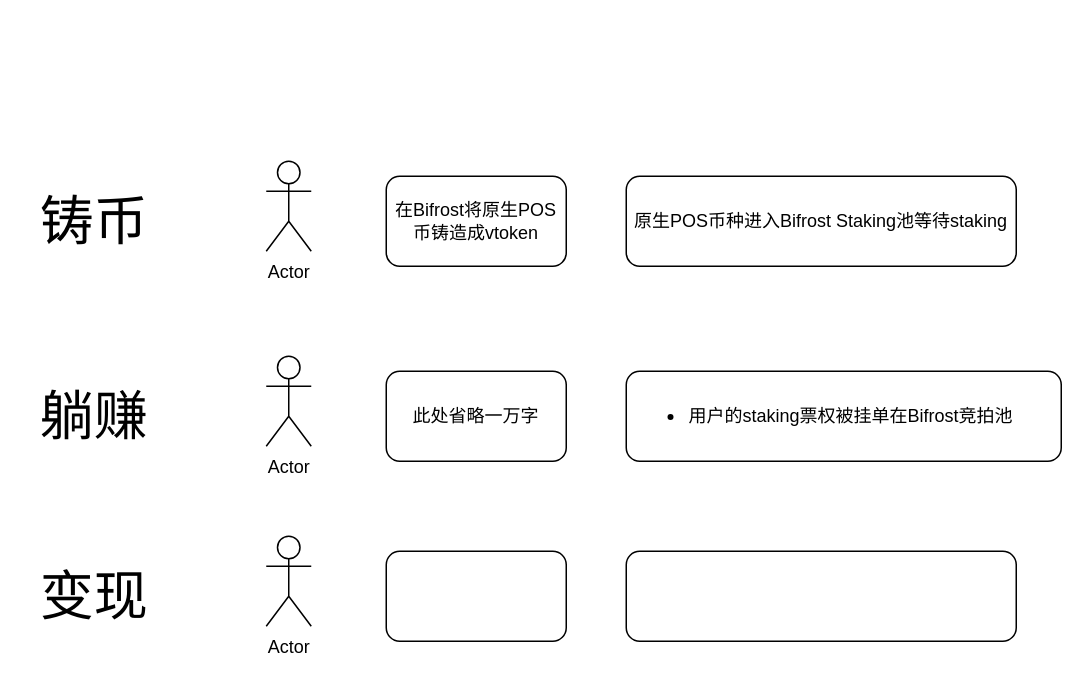
herryho/Team2 keeps this draw.io diagram as 未命名绘图.drawio. Above is the earlier version. Source tidied: cells renumbered, new cells numbered last; positions are measured from the earlier drawing's top-left corner, leaving out a move shared by most shapes. Both pictures are drawn from the tidied source at 150%, with x=0, y=0 at pixel (26, 160).
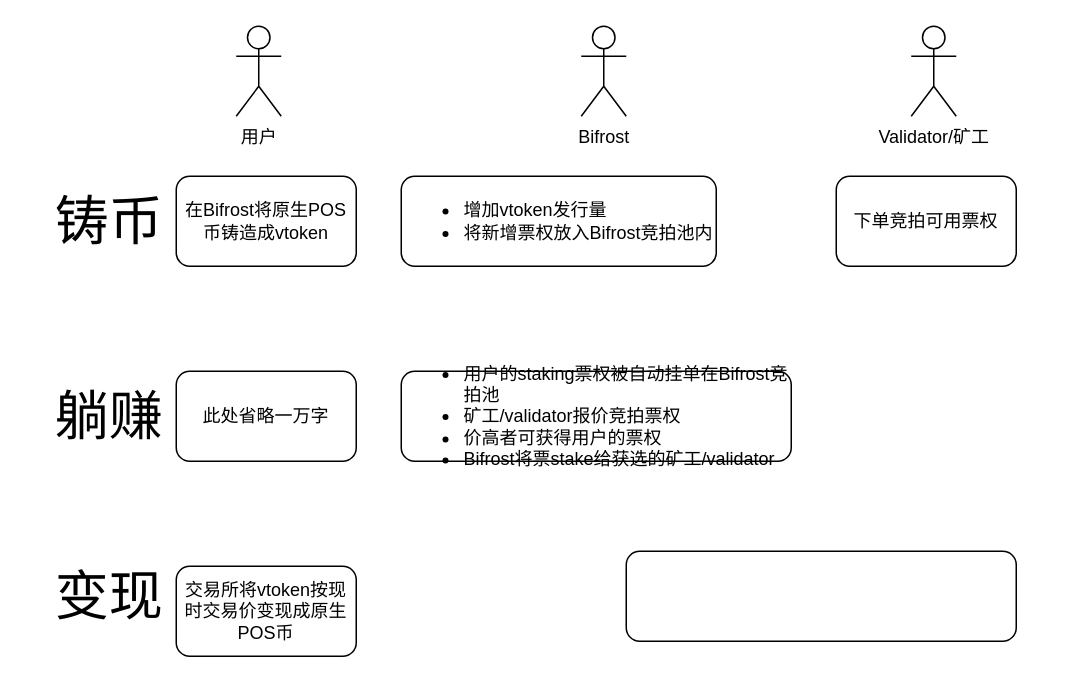
The same page after the edit.

Commit message (it also covers changes not shown here):
更新未命名绘图.drawio

What changed in the source:
```diff
@@
 <mxGraphModel>
   <root>
     <mxCell id="0" />
     <mxCell id="1" parent="0" />
-    <mxCell id="2" value="Actor" style="shape=umlActor;verticalLabelPosition=bottom;verticalAlign=top;html=1;" parent="1" vertex="1">
-      <mxGeometry x="160" width="30" height="60" as="geometry" />
+    <mxCell id="2" value="用户" style="shape=umlActor;verticalLabelPosition=bottom;verticalAlign=top;html=1;" parent="1" vertex="1">
+      <mxGeometry x="140" y="-90" width="30" height="60" as="geometry" />
     </mxCell>
     <mxCell id="3" value="在Bifrost将原生POS币铸造成vtoken" style="rounded=1;whiteSpace=wrap;html=1;" parent="1" vertex="1">
-      <mxGeometry x="240" y="10" width="120" height="60" as="geometry" />
+      <mxGeometry x="100" y="10" width="120" height="60" as="geometry" />
     </mxCell>
-    <mxCell id="4" value="原生POS币种进入Bifrost Staking池等待staking" style="rounded=1;whiteSpace=wrap;html=1;" parent="1" vertex="1">
-      <mxGeometry x="400" y="10" width="260" height="60" as="geometry" />
+    <mxCell id="4" value="&lt;ul&gt;&lt;li&gt;增加vtoken发行量&lt;/li&gt;&lt;li&gt;将新增票权放入Bifrost竞拍池内&lt;/li&gt;&lt;/ul&gt;" style="rounded=1;whiteSpace=wrap;html=1;align=left;" parent="1" vertex="1">
+      <mxGeometry x="250" y="10" width="210" height="60" as="geometry" />
     </mxCell>
     <mxCell id="5" value="&lt;font style=&quot;font-size: 36px&quot;&gt;铸币&lt;/font&gt;" style="text;html=1;align=center;verticalAlign=middle;" parent="1" vertex="1">
-      <mxGeometry y="25" width="90" height="30" as="geometry" />
+      <mxGeometry x="10" y="25" width="90" height="30" as="geometry" />
     </mxCell>
-    <mxCell id="6" value="Actor" style="shape=umlActor;verticalLabelPosition=bottom;verticalAlign=top;html=1;" parent="1" vertex="1">
-      <mxGeometry x="160" y="130" width="30" height="60" as="geometry" />
+    <mxCell id="6" value="Bifrost" style="shape=umlActor;verticalLabelPosition=bottom;verticalAlign=top;html=1;" parent="1" vertex="1">
+      <mxGeometry x="370" y="-90" width="30" height="60" as="geometry" />
     </mxCell>
     <mxCell id="7" value="此处省略一万字" style="rounded=1;whiteSpace=wrap;html=1;" parent="1" vertex="1">
-      <mxGeometry x="240" y="140" width="120" height="60" as="geometry" />
+      <mxGeometry x="100" y="140" width="120" height="60" as="geometry" />
     </mxCell>
-    <mxCell id="8" value="&lt;ul&gt;&lt;li&gt;用户的staking票权被挂单在Bifrost竞拍池&lt;/li&gt;&lt;/ul&gt;" style="rounded=1;whiteSpace=wrap;html=1;align=left;" parent="1" vertex="1">
-      <mxGeometry x="400" y="140" width="290" height="60" as="geometry" />
+    <mxCell id="8" value="&lt;ul&gt;&lt;li&gt;用户的staking票权被自动挂单在Bifrost竞拍池&lt;/li&gt;&lt;li&gt;矿工/validator报价竞拍票权&lt;/li&gt;&lt;li&gt;价高者可获得用户的票权&lt;/li&gt;&lt;li&gt;Bifrost将票stake给获选的矿工/validator&lt;/li&gt;&lt;/ul&gt;" style="rounded=1;whiteSpace=wrap;html=1;align=left;" parent="1" vertex="1">
+      <mxGeometry x="250" y="140" width="260" height="60" as="geometry" />
     </mxCell>
     <mxCell id="9" value="&lt;span style=&quot;font-size: 36px&quot;&gt;躺赚&lt;/span&gt;" style="text;html=1;align=center;verticalAlign=middle;" parent="1" vertex="1">
-      <mxGeometry y="155" width="90" height="30" as="geometry" />
+      <mxGeometry x="10" y="155" width="90" height="30" as="geometry" />
     </mxCell>
-    <mxCell id="10" value="Actor" style="shape=umlActor;verticalLabelPosition=bottom;verticalAlign=top;html=1;" parent="1" vertex="1">
-      <mxGeometry x="160" y="250" width="30" height="60" as="geometry" />
+    <mxCell id="10" value="Validator/矿工" style="shape=umlActor;verticalLabelPosition=bottom;verticalAlign=top;html=1;" parent="1" vertex="1">
+      <mxGeometry x="590" y="-90" width="30" height="60" as="geometry" />
     </mxCell>
-    <mxCell id="11" style="rounded=1;whiteSpace=wrap;html=1;" parent="1" vertex="1">
-      <mxGeometry x="240" y="260" width="120" height="60" as="geometry" />
+    <mxCell id="11" value="交易所将vtoken按现时交易价变现成原生POS币" style="rounded=1;whiteSpace=wrap;html=1;" parent="1" vertex="1">
+      <mxGeometry x="100" y="270" width="120" height="60" as="geometry" />
     </mxCell>
     <mxCell id="12" style="rounded=1;whiteSpace=wrap;html=1;" parent="1" vertex="1">
       <mxGeometry x="400" y="260" width="260" height="60" as="geometry" />
     </mxCell>
     <mxCell id="13" value="&lt;span style=&quot;font-size: 36px&quot;&gt;变现&lt;/span&gt;" style="text;html=1;align=center;verticalAlign=middle;" parent="1" vertex="1">
-      <mxGeometry y="275" width="90" height="30" as="geometry" />
+      <mxGeometry x="10" y="275" width="90" height="30" as="geometry" />
     </mxCell>
+    <mxCell id="14" value="下单竞拍可用票权" style="rounded=1;whiteSpace=wrap;html=1;align=center;" parent="1" vertex="1">
+      <mxGeometry x="540" y="10" width="120" height="60" as="geometry" />
+    </mxCell>
   </root>
 </mxGraphModel>
```
